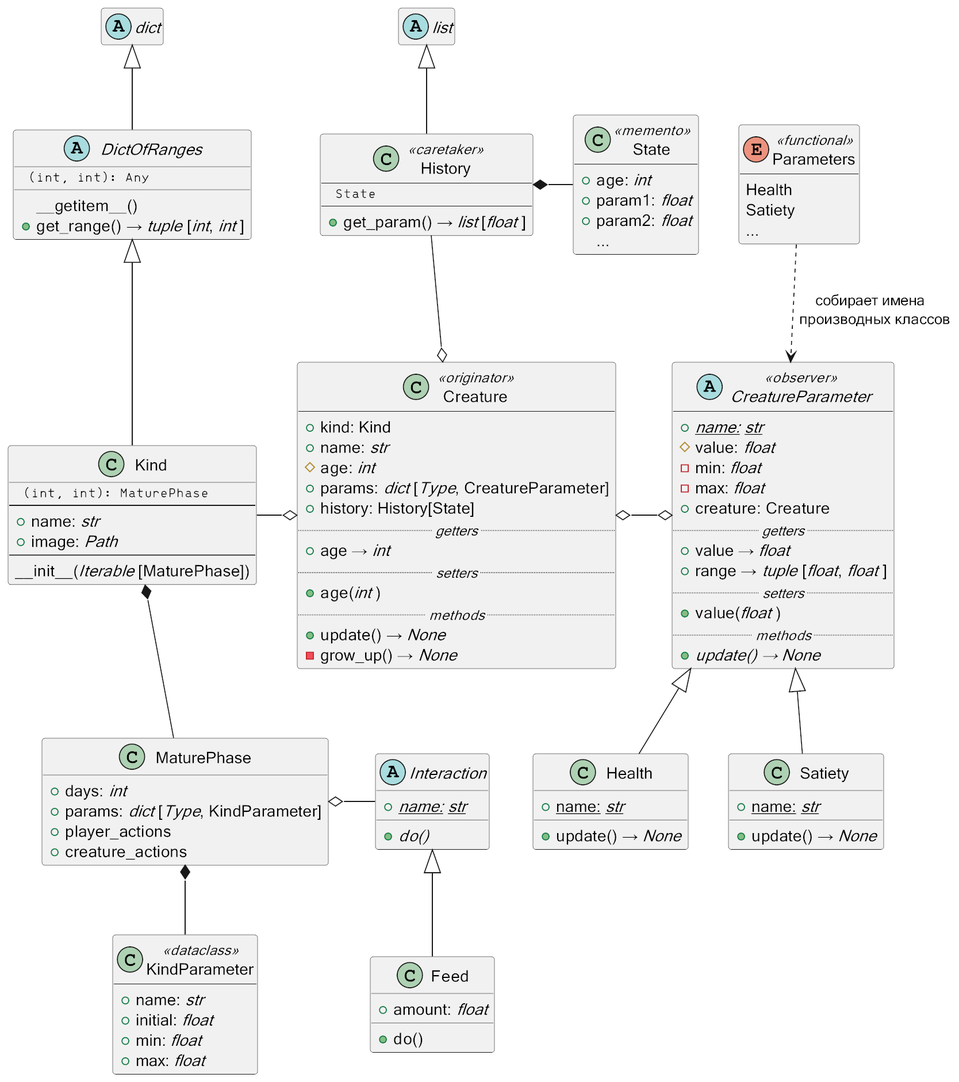
This is doc/.raster/model.png from TOP-Python328/_reference_project2, a PlantUML export, as it was before one commit. Its source is kept beside it as doc/model.puml. Its diagram source:
```plantuml
@startuml

scale 2


class Creature << originator >> {
    +kind: Kind
    +name: <i>str</i>
    #age: <i>int</i>
    +params: <i>dict</i> [<i>Type</i>, CreatureParameter]
    +history: History[State]
    ..<font size=12><i> getters </i></font>..
    +age → <i>int</i>
    ..<font size=12><i> setters </i></font>..
    +age(<i>int</i> )
    ..<font size=12><i> methods </i></font>..
    +update() → <i>None</i>
    -grow_up() → <i>None</i>
}


class Kind {
    {field}<font size=12><font "Brass Mono"> (int, int): MaturePhase </font>
    --
    +name: <i>str</i>
    +image: <i>Path</i>
    --
    __init__(<i>Iterable</i> [MaturePhase])
}


class MaturePhase {
    +days: <i>int</i>
    +params: <i>dict</i> [<i>Type</i>, KindParameter]
    +player_actions
    +creature_actions
}


class KindParameter << dataclass >> {
    +name: <i>str</i>
    +initial: <i>float</i>
    +min: <i>float</i>
    +max: <i>float</i>
}


enum Parameters << functional >> {
    Health
    Satiety
    ...
}


abstract CreatureParameter << observer >> {
    +{abstract}{static}name: <i>str</i>
    #value: <i>float</i>
    -min: <i>float</i>
    -max: <i>float</i>
    +creature: Creature
    ..<font size=12><i> getters </i></font>..
    +value → <i>float</i>
    +range → <i>tuple</i> [<i>float</i>, <i>float</i> ]
    ..<font size=12><i> setters </i></font>..
    +value(<i>float</i> )
    ..<font size=12><i> methods </i></font>..
    +{abstract}update() → <i>None</i>
}

class Health {
    +{static}name: <i>str</i>
    +update() → <i>None</i>
}
class Satiety {
    +{static}name: <i>str</i>
    +update() → <i>None</i>
}




abstract Interaction {
    +{static}{abstract}name: <i>str</i>
    +{abstract}do()
}


class Feed {
    +amount: <i>float</i>
    +do()

}


class History << caretaker >> {
    {field}<font size=12><font "Brass Mono"> State </font>
    +get_param() → <i>list</i> [<i>float</i> ]
}


class State << memento >> {
    +age: <i>int</i>
    +param1: <i>float</i>
    +param2: <i>float</i>
    ...
}


abstract DictOfRanges {
    {field}<font size=12><font "Brass Mono"> (int, int): Any </font>
    __getitem__()
    +get_range() → <i>tuple</i> [<i>int</i>, <i>int</i> ]
}
abstract list
abstract dict


hide abstract empty members
hide enum empty members
hide KindParameter empty members
hide MaturePhase empty members
hide State empty members


list <|-- History
dict <|-- DictOfRanges

DictOfRanges <|-- Kind

Creature o-left- Kind
Creature o-right-o CreatureParameter
Creature o-up- History
Creature o-[hidden]- Interaction

Kind *-- MaturePhase

MaturePhase *-- KindParameter
MaturePhase o-right- Interaction

CreatureParameter <|-- Health
CreatureParameter <|-- Satiety

CreatureParameter <.up. Parameters : "собирает имена \n производных классов"

History *-right- State

Interaction <|-- Feed


@enduml
```
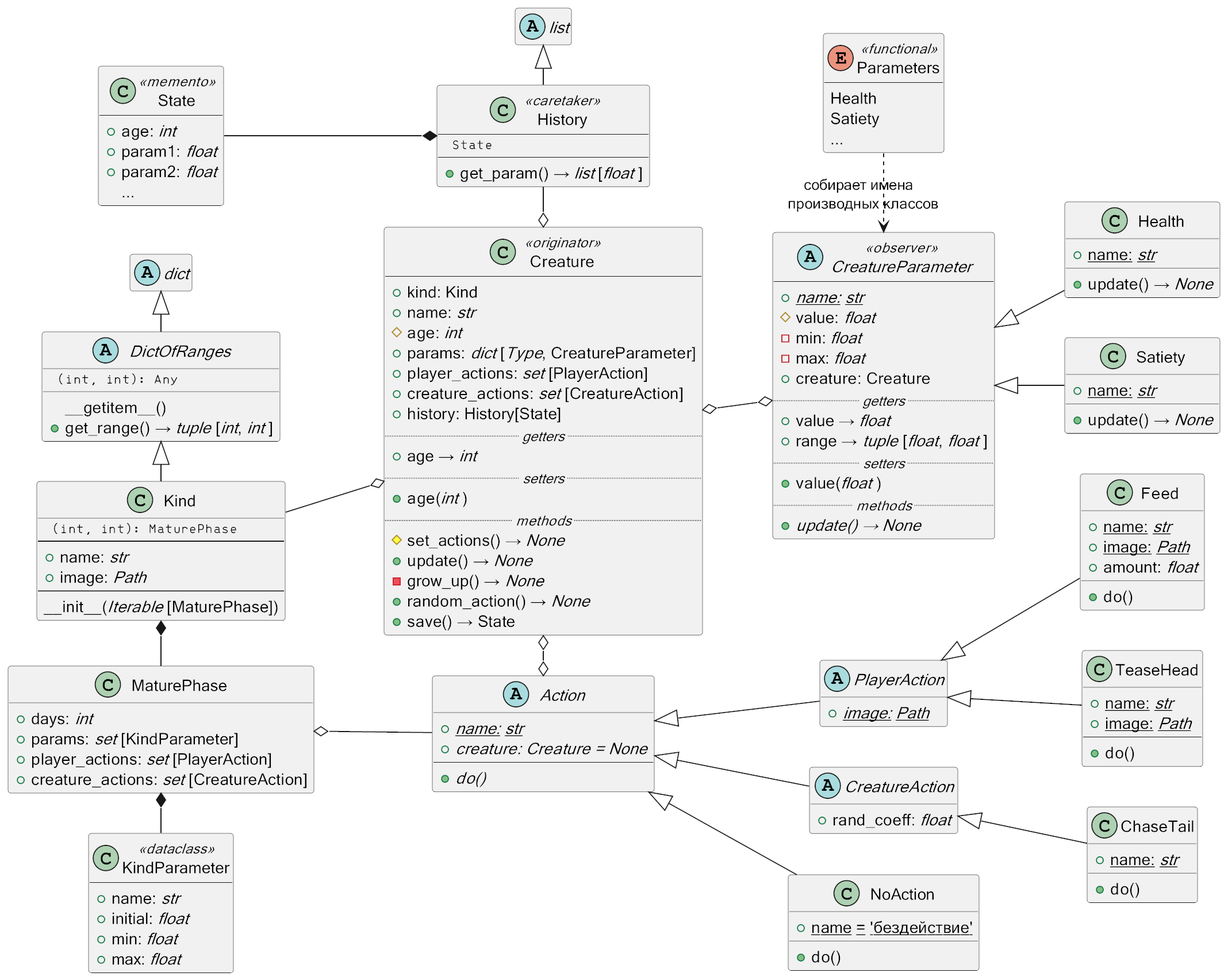
Later version of the same file.

Commit message:
проект модели v0.4

What changed in the source:
```diff
@@ -1,5 +1,6 @@
 @startuml
 
+!theme monokai_npp from ..\.styles
 scale 2
 
 
@@ -8,14 +9,19 @@
     +name: <i>str</i>
     #age: <i>int</i>
     +params: <i>dict</i> [<i>Type</i>, CreatureParameter]
+    +player_actions: <i>set</i> [PlayerAction]
+    +creature_actions: <i>set</i> [CreatureAction]
     +history: History[State]
     ..<font size=12><i> getters </i></font>..
     +age → <i>int</i>
     ..<font size=12><i> setters </i></font>..
     +age(<i>int</i> )
     ..<font size=12><i> methods </i></font>..
+    #set_actions() → <i>None</i>
     +update() → <i>None</i>
     -grow_up() → <i>None</i>
+    +random_action() → <i>None</i>
+    +save() → State
 }
 
 
@@ -31,9 +37,9 @@
 
 class MaturePhase {
     +days: <i>int</i>
-    +params: <i>dict</i> [<i>Type</i>, KindParameter]
-    +player_actions
-    +creature_actions
+    +params: <i>set</i> [KindParameter]
+    +player_actions: <i>set</i> [PlayerAction]
+    +creature_actions: <i>set</i> [CreatureAction]
 }
 
 
@@ -79,16 +85,44 @@
 
 
 
-abstract Interaction {
+abstract Action {
     +{static}{abstract}name: <i>str</i>
+    +{abstract}creature: Creature = <i>None</i>
     +{abstract}do()
 }
 
 
+abstract PlayerAction {
+    +{static}{abstract}image: <i>Path</i>
+}
+
 class Feed {
+    +{static}name: <i>str</i>
+    +{static}image: <i>Path</i>
     +amount: <i>float</i>
     +do()
+}
 
+class TeaseHead {
+    +{static}name: <i>str</i>
+    +{static}image: <i>Path</i>
+    +do()
+}
+
+
+abstract CreatureAction {
+    +rand_coeff: <i>float</i>
+}
+
+class ChaseTail {
+    +{static}name: <i>str</i>
+    +do()
+}
+
+
+class NoAction {
+    +{static}name = 'бездействие'
+    +do()
 }
 
 
@@ -96,7 +130,6 @@
     {field}<font size=12><font "Brass Mono"> State </font>
     +get_param() → <i>list</i> [<i>float</i> ]
 }
-
 
 class State << memento >> {
     +age: <i>int</i>
@@ -122,29 +155,51 @@
 hide State empty members
 
 
-list <|-- History
-dict <|-- DictOfRanges
 
-DictOfRanges <|-- Kind
 
-Creature o-left- Kind
-Creature o-right-o CreatureParameter
-Creature o-up- History
-Creature o-[hidden]- Interaction
 
-Kind *-- MaturePhase
 
-MaturePhase *-- KindParameter
-MaturePhase o-right- Interaction
+
+
+
+
+
+
+
+
+
+left to right direction
+
+list <|-right- History
+dict <|-right- DictOfRanges
+
+DictOfRanges <|-right- Kind
+
+Creature o-up- Kind
+Creature o--o CreatureParameter
+Creature o-right-o Action
+Creature o-left- History
+
+
+Kind *-right- MaturePhase
+
+MaturePhase *-right- KindParameter
+MaturePhase o-- Action
 
 CreatureParameter <|-- Health
 CreatureParameter <|-- Satiety
 
-CreatureParameter <.up. Parameters : "собирает имена \n производных классов"
+CreatureParameter <.left. Parameters : "собирает имена \n производных классов"
 
-History *-right- State
+History *-up- State
 
-Interaction <|-- Feed
+Action <|-- PlayerAction
+Action <|-- CreatureAction
+Action <|-- NoAction
 
+PlayerAction <|-- Feed
+PlayerAction <|-- TeaseHead
+
+CreatureAction <|-- ChaseTail
 
 @enduml
```
